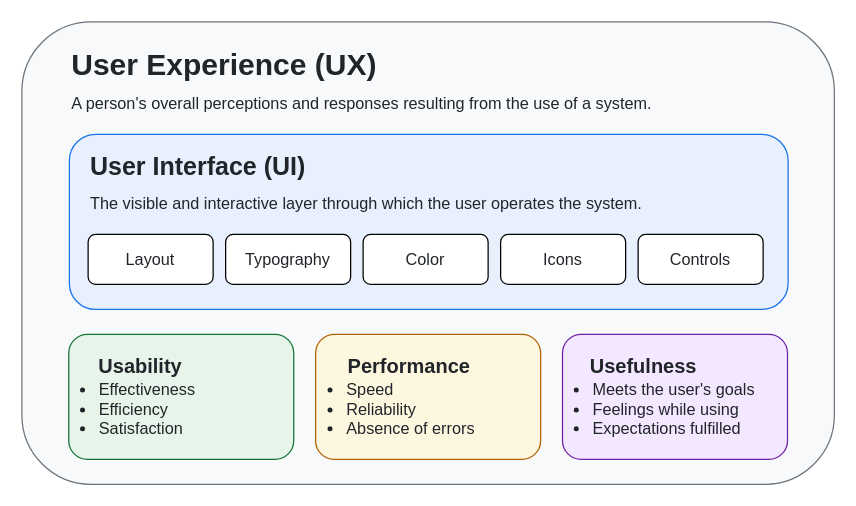
Above: thesis_figure_one.drawio in Matasem-h/SimpleFlowcharts (draw.io), before the change. Source tidied: cells renumbered, new cells numbered last; positions are measured from the earlier drawing's top-left corner, leaving out a move shared by most shapes. Both pictures are drawn from the tidied source at 125%, with x=0, y=0 at pixel (21, 21).
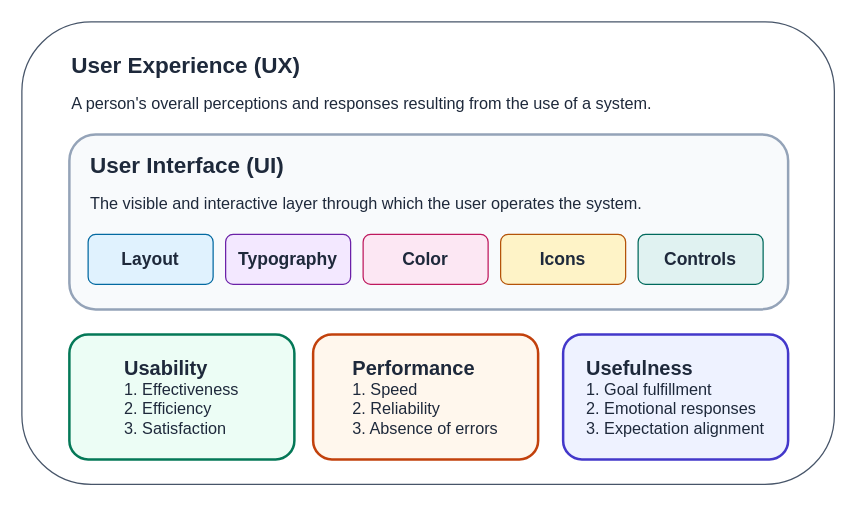
After the change.

What changed in the source:
```diff
@@
-    <mxCell id="2" style="rounded=1;whiteSpace=wrap;html=1;align=left;fillColor=#F8F9FA;strokeColor=#6C757D;fontColor=#212529;" parent="1" vertex="1">
+    <mxCell id="2" style="rounded=1;whiteSpace=wrap;html=1;align=left;fillColor=#FFFFFF;strokeColor=#475569;fontColor=#1E293B;" parent="1" vertex="1">
       <mxGeometry width="650" height="370" as="geometry" />
     </mxCell>
-    <mxCell id="3" value="&lt;font style=&quot;font-size: 24px;&quot;&gt;&lt;b&gt;User Experience (UX)&lt;/b&gt;&lt;/font&gt;" style="text;html=1;whiteSpace=wrap;strokeColor=none;fillColor=none;align=left;verticalAlign=middle;rounded=0;fontColor=#212529;" parent="1" vertex="1">
+    <mxCell id="3" value="&lt;font style=&quot;font-size: 18px;&quot;&gt;&lt;b&gt;User Experience (UX)&lt;/b&gt;&lt;/font&gt;" style="text;html=1;whiteSpace=wrap;strokeColor=none;fillColor=none;align=left;verticalAlign=middle;rounded=0;fontColor=#1E293B;" parent="1" vertex="1">
       <mxGeometry x="38" y="20" width="252" height="30" as="geometry" />
     </mxCell>
-    <mxCell id="4" value="&lt;font&gt;A person's overall perceptions and responses resulting from the use of a system.&lt;/font&gt;" style="text;html=1;whiteSpace=wrap;strokeColor=none;fillColor=none;align=left;verticalAlign=middle;rounded=0;fontSize=13;fontColor=#212529;" parent="1" vertex="1">
+    <mxCell id="4" value="&lt;font&gt;A person's overall perceptions and responses resulting from the use of a system.&lt;/font&gt;" style="text;html=1;whiteSpace=wrap;strokeColor=none;fillColor=none;align=left;verticalAlign=middle;rounded=0;fontSize=13;fontColor=#1E293B;" parent="1" vertex="1">
       <mxGeometry x="38" y="50" width="575" height="30" as="geometry" />
     </mxCell>
-    <mxCell id="5" style="rounded=1;whiteSpace=wrap;html=1;align=left;fontColor=#212529;fillColor=#E8F0FE;strokeColor=#1A73E8;" parent="1" vertex="1">
+    <mxCell id="5" style="rounded=1;whiteSpace=wrap;html=1;align=left;fontColor=#1E293B;fillColor=#F8FAFC;strokeColor=#94A3B8;strokeWidth=2;" parent="1" vertex="1">
       <mxGeometry x="38" y="90" width="575" height="140" as="geometry" />
     </mxCell>
-    <mxCell id="6" value="&lt;font style=&quot;font-size: 20px;&quot;&gt;&lt;b&gt;User Interface (UI)&lt;/b&gt;&lt;/font&gt;" style="text;html=1;whiteSpace=wrap;strokeColor=none;fillColor=none;align=left;verticalAlign=middle;rounded=0;fontColor=#212529;" parent="1" vertex="1">
+    <mxCell id="6" value="&lt;font style=&quot;font-size: 18px;&quot;&gt;&lt;b&gt;User Interface (UI)&lt;/b&gt;&lt;/font&gt;" style="text;html=1;whiteSpace=wrap;strokeColor=none;fillColor=none;align=left;verticalAlign=middle;rounded=0;fontColor=#1E293B;" parent="1" vertex="1">
       <mxGeometry x="53" y="100" width="210" height="30" as="geometry" />
     </mxCell>
-    <mxCell id="7" value="&lt;font&gt;The visible and interactive layer through which the user operates the system.&amp;nbsp;&lt;/font&gt;" style="text;html=1;whiteSpace=wrap;strokeColor=none;fillColor=none;align=left;verticalAlign=middle;rounded=0;fontSize=13;fontColor=#212529;" parent="1" vertex="1">
+    <mxCell id="7" value="&lt;font&gt;The visible and interactive layer through which the user operates the system.&amp;nbsp;&lt;/font&gt;" style="text;html=1;whiteSpace=wrap;strokeColor=none;fillColor=none;align=left;verticalAlign=middle;rounded=0;fontSize=13;fontColor=#1E293B;" parent="1" vertex="1">
       <mxGeometry x="53" y="130" width="560" height="30" as="geometry" />
     </mxCell>
-    <mxCell id="8" value="Layout" style="rounded=1;whiteSpace=wrap;html=1;fontSize=13;fontColor=#212529;fillColor=#FFFFFF;" parent="1" vertex="1">
+    <mxCell id="8" value="Layout" style="rounded=1;whiteSpace=wrap;html=1;fontSize=14;fontColor=#1E293B;fillColor=#E0F2FE;fontStyle=1;strokeColor=#0369A1;" parent="1" vertex="1">
       <mxGeometry x="53" y="170" width="100" height="40" as="geometry" />
     </mxCell>
-    <mxCell id="9" value="Typography" style="rounded=1;whiteSpace=wrap;html=1;fontSize=13;fontColor=#212529;fillColor=#FFFFFF;" parent="1" vertex="1">
+    <mxCell id="9" value="Typography" style="rounded=1;whiteSpace=wrap;html=1;fontSize=14;fontColor=#1E293B;fillColor=#F3E8FF;fontStyle=1;strokeColor=#6B21A8;" parent="1" vertex="1">
       <mxGeometry x="163" y="170" width="100" height="40" as="geometry" />
     </mxCell>
-    <mxCell id="10" value="Color" style="rounded=1;whiteSpace=wrap;html=1;fontSize=13;fontColor=#212529;fillColor=#FFFFFF;" parent="1" vertex="1">
+    <mxCell id="10" value="Color" style="rounded=1;whiteSpace=wrap;html=1;fontSize=14;fontColor=#1E293B;fillColor=#FCE7F3;fontStyle=1;strokeColor=#BE185D;" parent="1" vertex="1">
       <mxGeometry x="273" y="170" width="100" height="40" as="geometry" />
     </mxCell>
-    <mxCell id="11" value="Controls" style="rounded=1;whiteSpace=wrap;html=1;fontSize=13;fontColor=#212529;fillColor=#FFFFFF;" parent="1" vertex="1">
+    <mxCell id="11" value="Controls" style="rounded=1;whiteSpace=wrap;html=1;fontSize=14;fontColor=#1E293B;fillColor=#E0F2F1;fontStyle=1;strokeColor=#00695C;" parent="1" vertex="1">
       <mxGeometry x="493" y="170" width="100" height="40" as="geometry" />
     </mxCell>
-    <mxCell id="12" value="Icons" style="rounded=1;whiteSpace=wrap;html=1;fontSize=13;fontColor=#212529;fillColor=#FFFFFF;" parent="1" vertex="1">
+    <mxCell id="12" value="Icons" style="rounded=1;whiteSpace=wrap;html=1;fontSize=14;fontColor=#1E293B;fillColor=#FEF3C7;fontStyle=1;strokeColor=#B45309;" parent="1" vertex="1">
       <mxGeometry x="383" y="170" width="100" height="40" as="geometry" />
     </mxCell>
-    <mxCell id="13" style="rounded=1;whiteSpace=wrap;html=1;align=left;fontColor=#212529;fillColor=#E6F4EA;strokeColor=#137333;" parent="1" vertex="1">
-      <mxGeometry x="37.5" y="250" width="180" height="100" as="geometry" />
-    </mxCell>
-    <mxCell id="14" style="rounded=1;whiteSpace=wrap;html=1;align=left;fontColor=#212529;fillColor=#F3E8FF;strokeColor=#6B21A8;" parent="1" vertex="1">
-      <mxGeometry x="432.5" y="250" width="180" height="100" as="geometry" />
-    </mxCell>
-    <mxCell id="15" style="rounded=1;whiteSpace=wrap;html=1;align=left;fontColor=#212529;fillColor=#FEF7E0;strokeColor=#B06000;" parent="1" vertex="1">
-      <mxGeometry x="235" y="250" width="180" height="100" as="geometry" />
-    </mxCell>
-    <mxCell id="16" value="&lt;div&gt;&lt;font style=&quot;font-size: 16px;&quot;&gt;&lt;b&gt;Usability&lt;/b&gt;&lt;/font&gt;&lt;/div&gt;" style="text;html=1;whiteSpace=wrap;strokeColor=none;fillColor=none;align=center;verticalAlign=middle;rounded=0;fontColor=#212529;" parent="1" vertex="1">
-      <mxGeometry x="20" y="260" width="149.5" height="30" as="geometry" />
-    </mxCell>
-    <mxCell id="17" value="&lt;div align=&quot;left&quot;&gt;&lt;ul&gt;&lt;li&gt;Effectiveness&lt;/li&gt;&lt;li&gt;Efficiency&lt;/li&gt;&lt;li&gt;Satisfaction&lt;/li&gt;&lt;/ul&gt;&lt;/div&gt;" style="text;html=1;whiteSpace=wrap;strokeColor=none;fillColor=none;align=left;verticalAlign=middle;rounded=0;fontSize=13;fontColor=#212529;" parent="1" vertex="1">
-      <mxGeometry x="20" y="295" width="180" height="30" as="geometry" />
-    </mxCell>
-    <mxCell id="18" value="&lt;div&gt;&lt;font style=&quot;font-size: 16px;&quot;&gt;&lt;b&gt;Performance&lt;/b&gt;&lt;/font&gt;&lt;/div&gt;" style="text;html=1;whiteSpace=wrap;strokeColor=none;fillColor=none;align=center;verticalAlign=middle;rounded=0;fontSize=18;fontColor=#212529;" parent="1" vertex="1">
-      <mxGeometry x="219.5" y="260" width="180" height="30" as="geometry" />
-    </mxCell>
-    <mxCell id="19" value="&lt;div&gt;&lt;font style=&quot;font-size: 16px;&quot;&gt;&lt;b&gt;Usefulness&lt;/b&gt;&lt;/font&gt;&lt;/div&gt;" style="text;html=1;whiteSpace=wrap;strokeColor=none;fillColor=none;align=center;verticalAlign=middle;rounded=0;fontSize=18;fontColor=#212529;" parent="1" vertex="1">
-      <mxGeometry x="414.5" y="260" width="165" height="30" as="geometry" />
-    </mxCell>
-    <mxCell id="20" value="&lt;div align=&quot;left&quot;&gt;&lt;ul&gt;&lt;li&gt;Speed&lt;/li&gt;&lt;li&gt;Reliability&lt;/li&gt;&lt;li&gt;Absence of errors&lt;/li&gt;&lt;/ul&gt;&lt;/div&gt;" style="text;html=1;whiteSpace=wrap;strokeColor=none;fillColor=none;align=left;verticalAlign=middle;rounded=0;fontSize=13;fontColor=#212529;" parent="1" vertex="1">
-      <mxGeometry x="217.5" y="290" width="180" height="40" as="geometry" />
-    </mxCell>
-    <mxCell id="21" value="&lt;div align=&quot;left&quot;&gt;&lt;ul&gt;&lt;li&gt;Meets the user's goals&lt;/li&gt;&lt;li&gt;Feelings while using&lt;/li&gt;&lt;li&gt;Expectations fulfilled&lt;/li&gt;&lt;/ul&gt;&lt;/div&gt;" style="text;html=1;whiteSpace=wrap;strokeColor=none;fillColor=none;align=left;verticalAlign=middle;rounded=0;fontSize=13;fontColor=#212529;" parent="1" vertex="1">
-      <mxGeometry x="415" y="290" width="180" height="40" as="geometry" />
-    </mxCell>
+    <mxCell id="22" value="&lt;div align=&quot;left&quot;&gt;&lt;font style=&quot;font-size: 16px;&quot;&gt;&lt;b&gt;Usability&lt;/b&gt;&lt;/font&gt;&lt;/div&gt;&lt;div align=&quot;left&quot;&gt;&lt;font style=&quot;font-size: 13px;&quot;&gt;1. Effectiveness&lt;/font&gt;&lt;/div&gt;&lt;div align=&quot;left&quot;&gt;&lt;font style=&quot;font-size: 13px;&quot;&gt;2. Efficiency&lt;/font&gt;&lt;/div&gt;&lt;div align=&quot;left&quot;&gt;&lt;font style=&quot;font-size: 13px;&quot;&gt;3. Satisfaction&lt;/font&gt;&lt;/div&gt;" style="rounded=1;whiteSpace=wrap;html=1;roundedPerimeter=1;fontColor=#1E293B;fillColor=#ECFDF5;strokeColor=#047857;strokeWidth=2;" parent="1" vertex="1">
+      <mxGeometry x="38" y="250" width="180" height="100" as="geometry" />
+    </mxCell>
+    <mxCell id="23" value="&lt;div align=&quot;left&quot;&gt;&lt;font style=&quot;font-size: 16px;&quot;&gt;&lt;b&gt;Performance&lt;/b&gt;&lt;/font&gt;&lt;/div&gt;&lt;div align=&quot;left&quot;&gt;&lt;font style=&quot;font-size: 13px;&quot;&gt;1. Speed&lt;/font&gt;&lt;/div&gt;&lt;div align=&quot;left&quot;&gt;&lt;font style=&quot;font-size: 13px;&quot;&gt;2. Reliability&lt;/font&gt;&lt;/div&gt;&lt;div align=&quot;left&quot;&gt;&lt;font style=&quot;font-size: 13px;&quot;&gt;3. Absence of errors&lt;/font&gt;&lt;/div&gt;" style="rounded=1;whiteSpace=wrap;html=1;roundedPerimeter=1;fontColor=#1E293B;fillColor=#FFF7ED;strokeWidth=2;strokeColor=#C2410C;" parent="1" vertex="1">
+      <mxGeometry x="233" y="250" width="180" height="100" as="geometry" />
+    </mxCell>
+    <mxCell id="24" value="&lt;div align=&quot;left&quot;&gt;&lt;font style=&quot;font-size: 16px;&quot;&gt;&lt;b&gt;Usefulness&lt;/b&gt;&lt;/font&gt;&lt;/div&gt;&lt;div align=&quot;left&quot;&gt;&lt;font style=&quot;font-size: 13px;&quot;&gt;1. Goal fulfillment&lt;/font&gt;&lt;/div&gt;&lt;div align=&quot;left&quot;&gt;&lt;font style=&quot;font-size: 13px;&quot;&gt;2. Emotional responses&lt;/font&gt;&lt;/div&gt;&lt;div align=&quot;left&quot;&gt;&lt;font style=&quot;font-size: 13px;&quot;&gt;3. Expectation alignment&lt;/font&gt;&lt;/div&gt;" style="rounded=1;whiteSpace=wrap;html=1;roundedPerimeter=1;fontColor=#1E293B;fillColor=#EEF2FF;strokeWidth=2;strokeColor=#4338CA;" parent="1" vertex="1">
+      <mxGeometry x="433" y="250" width="180" height="100" as="geometry" />
+    </mxCell>
```
